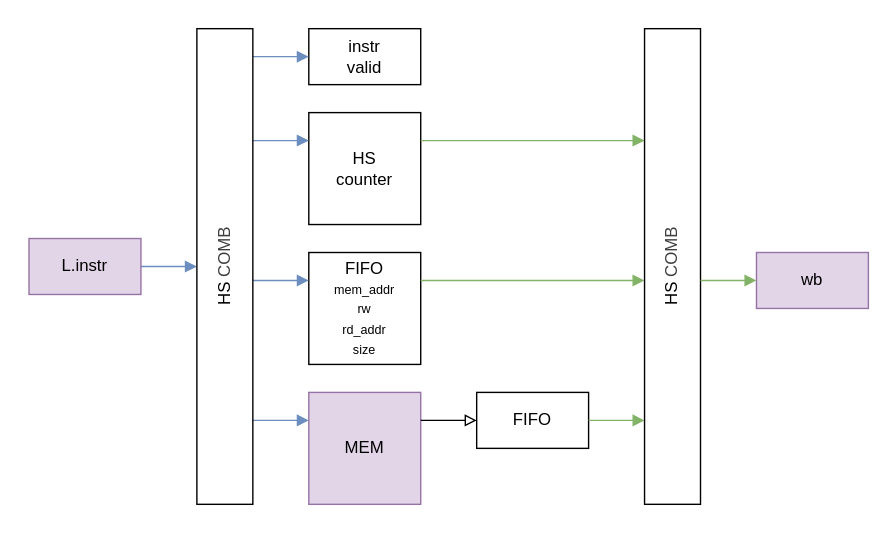
Earlier version of the draw.io export document/source/adn_riscv_exe_i64_lsu_des.svg (ADN-VLSI/adn_riscv). Source tidied: cells renumbered, new cells last; positions are measured from the earlier drawing's top-left corner, leaving out a move shared by most shapes. The source it was exported from:
```xml
<mxGraphModel>
  <root>
    <mxCell id="0" />
    <mxCell id="1" parent="0" />
    <mxCell id="2" style="whiteSpace=wrap;html=1;strokeColor=none;" parent="1" vertex="1">
      <mxGeometry width="640" height="380" as="geometry" />
    </mxCell>
    <mxCell id="3" style="edgeStyle=none;html=1;endArrow=block;endFill=1;fillColor=#dae8fc;strokeColor=#6c8ebf;" parent="1" edge="1" source="4">
      <mxGeometry relative="1" as="geometry">
        <mxPoint x="140" y="190" as="targetPoint" />
      </mxGeometry>
    </mxCell>
    <mxCell id="4" value="L.instr" style="rounded=0;whiteSpace=wrap;html=1;fillColor=#e1d5e7;strokeColor=#9673a6;" parent="1" vertex="1">
      <mxGeometry x="20" y="170" width="80" height="40" as="geometry" />
    </mxCell>
    <mxCell id="5" value="instr&lt;div&gt;valid&lt;/div&gt;" style="rounded=0;whiteSpace=wrap;html=1;" parent="1" vertex="1">
      <mxGeometry x="220" y="20" width="80" height="40" as="geometry" />
    </mxCell>
    <mxCell id="6" style="edgeStyle=none;html=1;endArrow=block;endFill=1;fillColor=#dae8fc;strokeColor=#6c8ebf;" parent="1" edge="1">
      <mxGeometry relative="1" as="geometry">
        <mxPoint x="180" y="40" as="sourcePoint" />
        <mxPoint x="220" y="40" as="targetPoint" />
      </mxGeometry>
    </mxCell>
    <mxCell id="7" value="MEM" style="rounded=0;whiteSpace=wrap;html=1;fillColor=#e1d5e7;strokeColor=#9673a6;" parent="1" vertex="1">
      <mxGeometry x="220" y="280" width="80" height="80" as="geometry" />
    </mxCell>
    <mxCell id="8" style="edgeStyle=none;html=1;endArrow=block;endFill=1;fillColor=#dae8fc;strokeColor=#6c8ebf;" parent="1" edge="1">
      <mxGeometry relative="1" as="geometry">
        <mxPoint x="180" y="300" as="sourcePoint" />
        <mxPoint x="220" y="300" as="targetPoint" />
      </mxGeometry>
    </mxCell>
    <mxCell id="9" style="edgeStyle=none;html=1;endArrow=block;endFill=0;" parent="1" edge="1">
      <mxGeometry relative="1" as="geometry">
        <mxPoint x="300" y="300" as="sourcePoint" />
        <mxPoint x="340" y="300" as="targetPoint" />
      </mxGeometry>
    </mxCell>
    <mxCell id="10" value="FIFO" style="rounded=0;whiteSpace=wrap;html=1;" parent="1" vertex="1">
      <mxGeometry x="340" y="280" width="80" height="40" as="geometry" />
    </mxCell>
    <mxCell id="11" style="edgeStyle=none;html=1;endArrow=block;endFill=1;fillColor=#d5e8d4;strokeColor=#82b366;" parent="1" edge="1">
      <mxGeometry relative="1" as="geometry">
        <mxPoint x="420" y="300" as="sourcePoint" />
        <mxPoint x="460" y="300" as="targetPoint" />
      </mxGeometry>
    </mxCell>
    <mxCell id="12" value="FIFO&lt;div&gt;&lt;font style=&quot;font-size: 9px;&quot;&gt;mem_addr&lt;/font&gt;&lt;/div&gt;&lt;div&gt;&lt;font style=&quot;font-size: 9px;&quot;&gt;rw&lt;/font&gt;&lt;/div&gt;&lt;div&gt;&lt;font style=&quot;font-size: 9px;&quot;&gt;rd_addr&lt;/font&gt;&lt;/div&gt;&lt;div&gt;&lt;font style=&quot;font-size: 9px;&quot;&gt;size&lt;/font&gt;&lt;/div&gt;" style="rounded=0;whiteSpace=wrap;html=1;" parent="1" vertex="1">
      <mxGeometry x="220" y="180" width="80" height="80" as="geometry" />
    </mxCell>
    <mxCell id="13" style="edgeStyle=none;html=1;endArrow=block;endFill=1;fillColor=#dae8fc;strokeColor=#6c8ebf;" parent="1" edge="1">
      <mxGeometry relative="1" as="geometry">
        <mxPoint x="180" y="200" as="sourcePoint" />
        <mxPoint x="220" y="200" as="targetPoint" />
      </mxGeometry>
    </mxCell>
    <mxCell id="14" style="edgeStyle=none;html=1;endArrow=block;endFill=1;fillColor=#d5e8d4;strokeColor=#82b366;" parent="1" edge="1">
      <mxGeometry relative="1" as="geometry">
        <mxPoint x="300" y="200" as="sourcePoint" />
        <mxPoint x="460" y="200" as="targetPoint" />
      </mxGeometry>
    </mxCell>
    <mxCell id="15" value="HS&lt;div&gt;counter&lt;/div&gt;" style="rounded=0;whiteSpace=wrap;html=1;" parent="1" vertex="1">
      <mxGeometry x="220" y="80" width="80" height="80" as="geometry" />
    </mxCell>
    <mxCell id="16" style="edgeStyle=none;html=1;endArrow=block;endFill=1;fillColor=#dae8fc;strokeColor=#6c8ebf;" parent="1" edge="1">
      <mxGeometry relative="1" as="geometry">
        <mxPoint x="180" y="100" as="sourcePoint" />
        <mxPoint x="220" y="100" as="targetPoint" />
      </mxGeometry>
    </mxCell>
    <mxCell id="17" style="edgeStyle=none;html=1;endArrow=block;endFill=1;fillColor=#d5e8d4;strokeColor=#82b366;" parent="1" edge="1">
      <mxGeometry relative="1" as="geometry">
        <mxPoint x="300" y="100" as="sourcePoint" />
        <mxPoint x="460" y="100" as="targetPoint" />
      </mxGeometry>
    </mxCell>
    <mxCell id="18" value="HS&amp;nbsp;&lt;span style=&quot;color: rgb(63, 63, 63); background-color: transparent;&quot;&gt;COMB&lt;/span&gt;" style="rounded=0;whiteSpace=wrap;html=1;horizontal=0;" parent="1" vertex="1">
      <mxGeometry x="140" y="20" width="40" height="340" as="geometry" />
    </mxCell>
    <mxCell id="19" value="HS&amp;nbsp;&lt;span style=&quot;color: rgb(63, 63, 63); background-color: transparent;&quot;&gt;COMB&lt;/span&gt;" style="rounded=0;whiteSpace=wrap;html=1;horizontal=0;" parent="1" vertex="1">
      <mxGeometry x="460" y="20" width="40" height="340" as="geometry" />
    </mxCell>
    <mxCell id="20" value="wb" style="rounded=0;whiteSpace=wrap;html=1;fillColor=#e1d5e7;strokeColor=#9673a6;" parent="1" vertex="1">
      <mxGeometry x="540" y="180" width="80" height="40" as="geometry" />
    </mxCell>
    <mxCell id="21" style="edgeStyle=none;html=1;endArrow=block;endFill=1;fillColor=#d5e8d4;strokeColor=#82b366;" parent="1" edge="1">
      <mxGeometry relative="1" as="geometry">
        <mxPoint x="500" y="200" as="sourcePoint" />
        <mxPoint x="540" y="200" as="targetPoint" />
      </mxGeometry>
    </mxCell>
  </root>
</mxGraphModel>
```
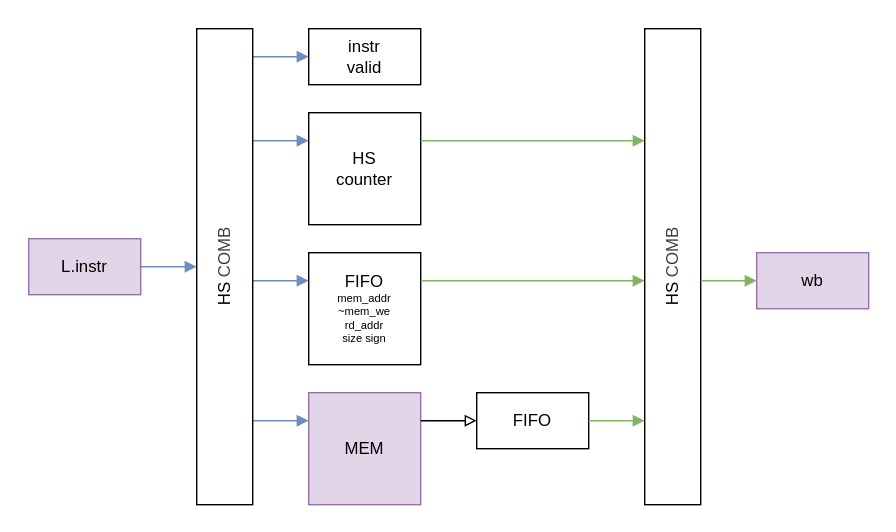
The same diagram one commit later.

Diff of the diagram source:
```diff
@@ -46,7 +46,7 @@
         <mxPoint x="460" y="300" as="targetPoint" />
       </mxGeometry>
     </mxCell>
-    <mxCell id="12" value="FIFO&lt;div&gt;&lt;font style=&quot;font-size: 9px;&quot;&gt;mem_addr&lt;/font&gt;&lt;/div&gt;&lt;div&gt;&lt;font style=&quot;font-size: 9px;&quot;&gt;rw&lt;/font&gt;&lt;/div&gt;&lt;div&gt;&lt;font style=&quot;font-size: 9px;&quot;&gt;rd_addr&lt;/font&gt;&lt;/div&gt;&lt;div&gt;&lt;font style=&quot;font-size: 9px;&quot;&gt;size&lt;/font&gt;&lt;/div&gt;" style="rounded=0;whiteSpace=wrap;html=1;" parent="1" vertex="1">
+    <mxCell id="12" value="&lt;font style=&quot;font-size: 12px;&quot;&gt;FIFO&lt;/font&gt;&lt;div&gt;&lt;font&gt;mem_addr&lt;/font&gt;&lt;/div&gt;&lt;div&gt;&lt;font&gt;~mem_we&lt;/font&gt;&lt;/div&gt;&lt;div&gt;&lt;font&gt;rd_addr&lt;/font&gt;&lt;/div&gt;&lt;div&gt;&lt;font&gt;size sign&lt;/font&gt;&lt;/div&gt;" style="rounded=0;whiteSpace=wrap;html=1;fontSize=8;" parent="1" vertex="1">
       <mxGeometry x="220" y="180" width="80" height="80" as="geometry" />
     </mxCell>
     <mxCell id="13" style="edgeStyle=none;html=1;endArrow=block;endFill=1;fillColor=#dae8fc;strokeColor=#6c8ebf;" parent="1" edge="1">
```
